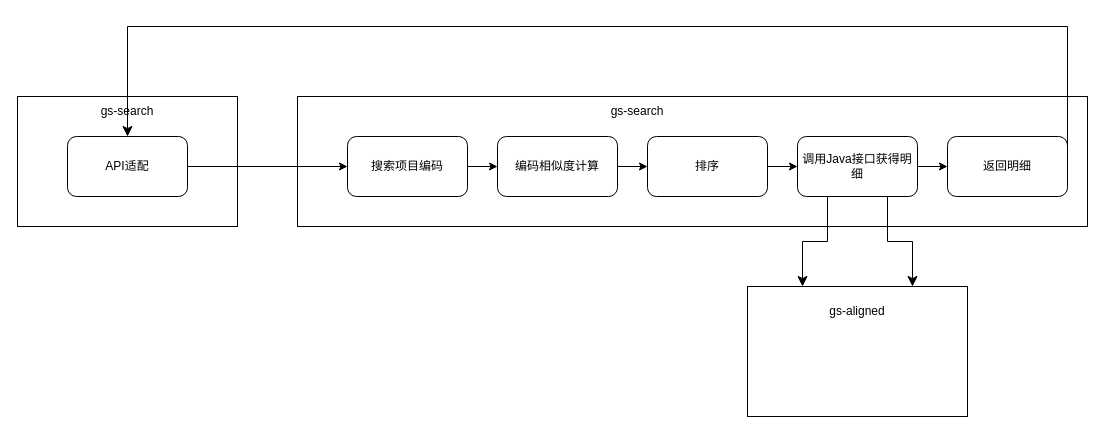
This is 对码/国寿三目录架构图.drawio from XiaoLiuAI/diagrams, a draw.io file, before an edit. Source tidied: cells renumbered, new cells numbered last; positions are measured from the earlier drawing's top-left corner, leaving out a move shared by most shapes. Both pictures are drawn from the tidied source at 100%, with x=0, y=0 at pixel (17, 6).
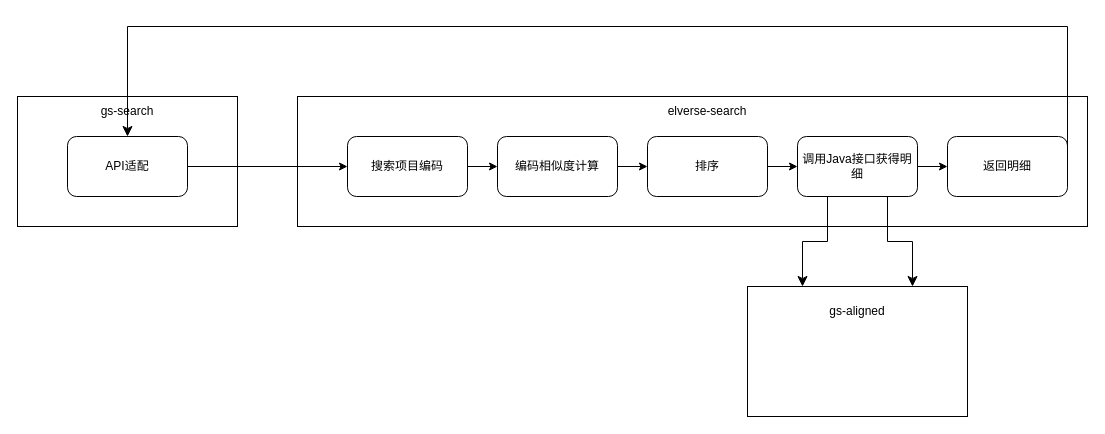
Above is the later version.

Commit message (it also covers changes not shown here):
更新国寿三目录架构图.drawio

The edit, as a diff of the source:
```diff
@@
-    <mxCell id="3" value="gs-search" style="text;html=1;strokeColor=none;fillColor=none;align=center;verticalAlign=middle;whiteSpace=wrap;rounded=0;" parent="1" vertex="1">
-      <mxGeometry x="590" y="90" width="60" height="30" as="geometry" />
+    <mxCell id="3" value="elverse-search" style="text;html=1;strokeColor=none;fillColor=none;align=center;verticalAlign=middle;whiteSpace=wrap;rounded=0;" parent="1" vertex="1">
+      <mxGeometry x="635" y="90" width="110" height="30" as="geometry" />
     </mxCell>
```
